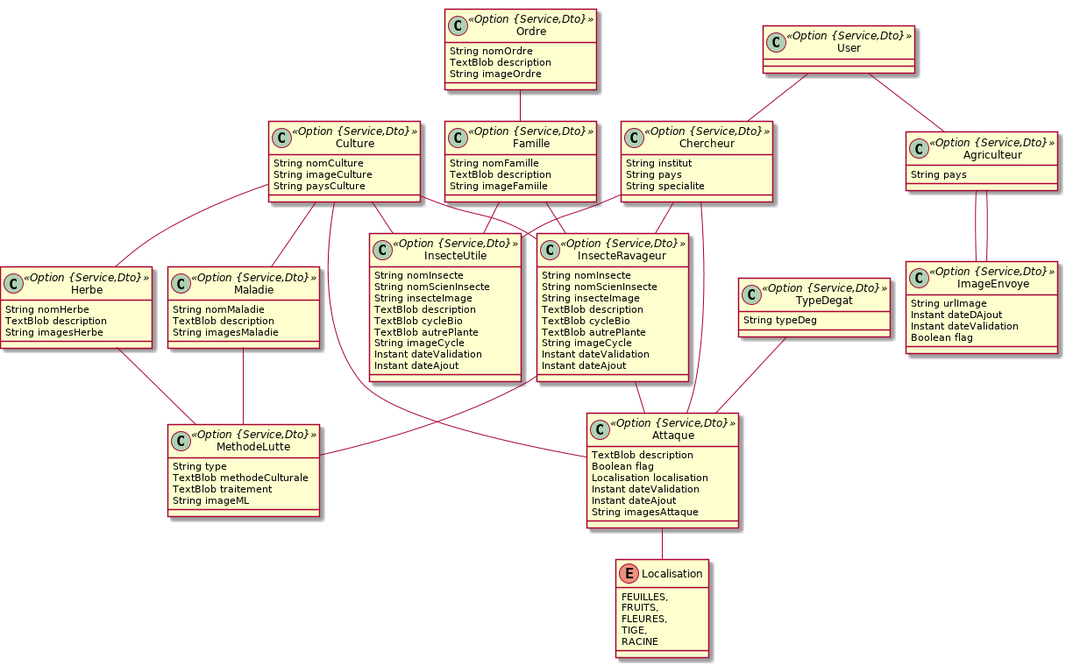
The PlantUML diagram model.png in Mzbf/ArSATolProject, before a commit.
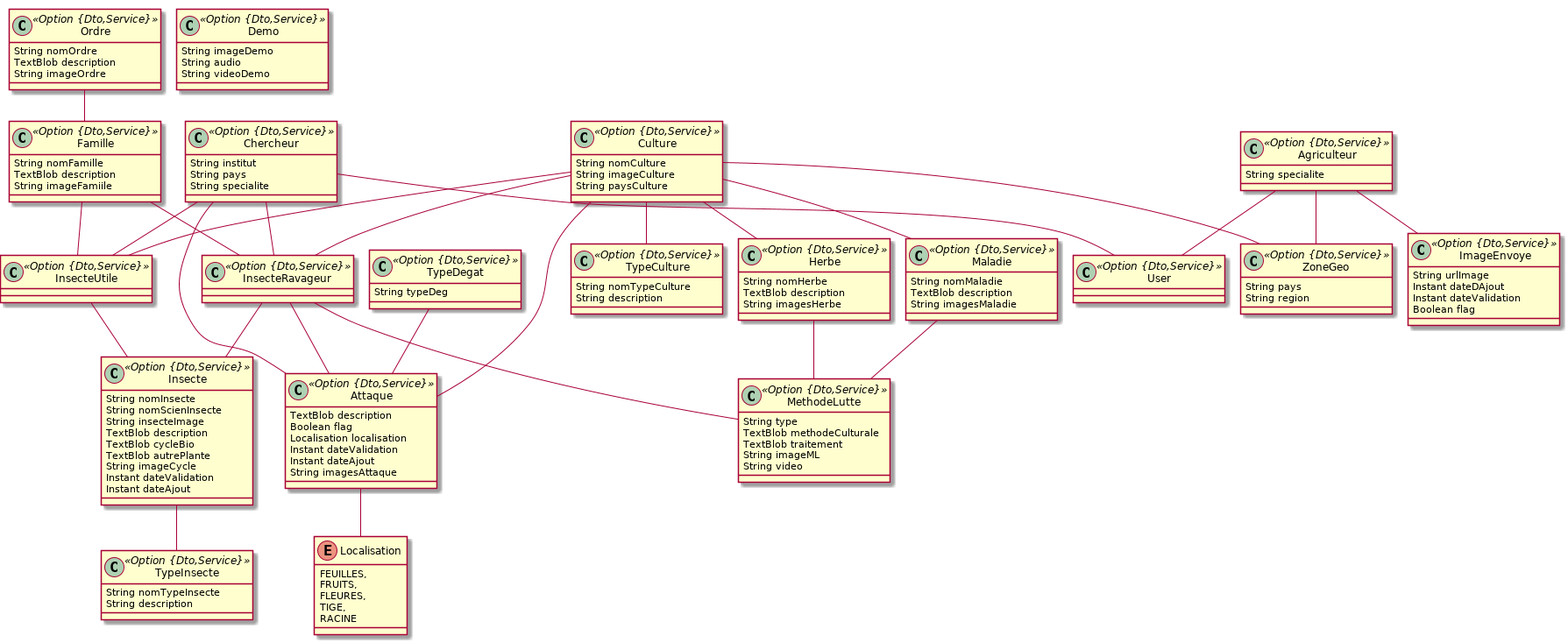
After the commit.

The edit, as a diff of the source:
```diff
@@ -1,7 +1,7 @@
 @startuml
 	!pragma graphviz_dot jdot
 	!pragma syntax class
-	class InsecteUtile <<Option {Service,Dto}>> {
+	class Insecte <<Option {Dto,Service}>> {
 		String nomInsecte
 		String nomScienInsecte
 		String insecteImage
@@ -12,33 +12,38 @@
 		Instant dateValidation
 		Instant dateAjout
 	}
-	class InsecteRavageur <<Option {Service,Dto}>> {
-		String nomInsecte
-		String nomScienInsecte
-		String insecteImage
-		TextBlob description
-		TextBlob cycleBio
-		TextBlob autrePlante
-		String imageCycle
-		Instant dateValidation
-		Instant dateAjout
+	class TypeInsecte <<Option {Dto,Service}>> {
+		String nomTypeInsecte
+		String description
 	}
-	class Maladie <<Option {Service,Dto}>> {
+	class InsecteUtile <<Option {Dto,Service}>> {
+	}
+	class InsecteRavageur <<Option {Dto,Service}>> {
+	}
+	class Maladie <<Option {Dto,Service}>> {
 		String nomMaladie
 		TextBlob description
 		String imagesMaladie
 	}
-	class Herbe <<Option {Service,Dto}>> {
+	class Herbe <<Option {Dto,Service}>> {
 		String nomHerbe
 		TextBlob description
 		String imagesHerbe
 	}
-	class Culture <<Option {Service,Dto}>> {
+	class Culture <<Option {Dto,Service}>> {
 		String nomCulture
 		String imageCulture
 		String paysCulture
 	}
-	class Attaque <<Option {Service,Dto}>> {
+	class TypeCulture <<Option {Dto,Service}>> {
+		String nomTypeCulture
+		String description
+	}
+	class ZoneGeo <<Option {Dto,Service}>> {
+		String pays
+		String region
+	}
+	class Attaque <<Option {Dto,Service}>> {
 		TextBlob description
 		Boolean flag
 		Localisation localisation
@@ -47,37 +52,43 @@
 		String imagesAttaque
 	}
 	Attaque ..> Localisation
-	class MethodeLutte <<Option {Service,Dto}>> {
+	class MethodeLutte <<Option {Dto,Service}>> {
 		String type
 		TextBlob methodeCulturale
 		TextBlob traitement
 		String imageML
+		String video
 	}
-	class ImageEnvoye <<Option {Service,Dto}>> {
+	class ImageEnvoye <<Option {Dto,Service}>> {
 		String urlImage
 		Instant dateDAjout
 		Instant dateValidation
 		Boolean flag
 	}
-	class Agriculteur <<Option {Service,Dto}>> {
-		String pays
+	class Agriculteur <<Option {Dto,Service}>> {
+		String specialite
 	}
-	class Chercheur <<Option {Service,Dto}>> {
+	class Chercheur <<Option {Dto,Service}>> {
 		String institut
 		String pays
 		String specialite
 	}
-	class Famille <<Option {Service,Dto}>> {
+	class Famille <<Option {Dto,Service}>> {
 		String nomFamille
 		TextBlob description
 		String imageFamiile
 	}
-	class Ordre <<Option {Service,Dto}>> {
+	class Ordre <<Option {Dto,Service}>> {
 		String nomOrdre
 		TextBlob description
 		String imageOrdre
 	}
-	class TypeDegat <<Option {Service,Dto}>> {
+	class Demo <<Option {Dto,Service}>> {
+		String imageDemo
+		String audio
+		String videoDemo
+	}
+	class TypeDegat <<Option {Dto,Service}>> {
 		String typeDeg
 	}
 	enum Localisation {
@@ -91,22 +102,27 @@
 	Culture  "cultureInsecteUtile 0..* " o--o "culture 0..* "  InsecteUtile
 	Culture  "culturesRavageur 0..* " o--o "culture 0..* "  InsecteRavageur
 	Culture  "cultureHerbe 0..* " o--o "culture 0..* "  Herbe
-	Herbe  "MLherbe 0..1 " -- "0..1 "  MethodeLutte
-	InsecteRavageur  "MLravageur 0..1 " -- "0..1 "  MethodeLutte
-	Maladie  "MLmaladie 0..1 " -- "0..1 "  MethodeLutte
+	Culture  "typeCulture 0..1 " -- "0..1 "  TypeCulture
+	Culture  "zone 0..* " o--o "culture 0..* "  ZoneGeo
+	Insecte  "typeInsecte 0..1 " -- "0..1 "  TypeInsecte
+	InsecteRavageur  "typeRav 0..1 " -- "0..1 "  Insecte
+	InsecteUtile  "typeUtil 0..1 " -- "0..1 "  Insecte
+	Agriculteur  "pays 0..1 " -- "0..1 "  ZoneGeo
+	InsecteRavageur  "ravageurML 0..1 " -- "0..1 "  MethodeLutte
+	Herbe  "herbeML 0..1 " -- "0..1 "  MethodeLutte
+	Maladie  "maladieML 0..1 " -- "0..1 "  MethodeLutte
 	InsecteRavageur  "ravageur 0..1 " --o "0..* "  Attaque
 	Culture  "attaque 0..1 " --o "0..* "  Attaque
 	Chercheur  "ajoutRavageur 0..1 " --o "0..* "  InsecteRavageur
 	Chercheur  "ajoutInsUtile 0..1 " --o "0..* "  InsecteUtile
 	Chercheur  "ajoutAttaque 0..1 " --o "0..* "  Attaque
-	Agriculteur  "agriculteur 0..1 " --o "0..* "  ImageEnvoye
 	Ordre  "ordre 0..1 " --o "0..* "  Famille
 	Famille  "familleRavageur 0..1 " --o "0..* "  InsecteRavageur
 	Famille  "familleInseUtile 0..1 " --o "0..* "  InsecteUtile
 	TypeDegat  "degat 0..1 " --o "0..* "  Attaque
 	Agriculteur  "agriculteur 0..1 " --o "0..* "  ImageEnvoye
-	User  "user_idA 0..1 " -- "0..1 "  Agriculteur
-	User  "user_idC 0..1 " -- "0..1 "  Chercheur
-	class User <<Option {Service,Dto}>> {
+	Agriculteur  "user 0..1 " -- "0..1 "  User
+	Chercheur  "user 0..1 " -- "0..1 "  User
+	class User <<Option {Dto,Service}>> {
 	}
 @enduml
```
